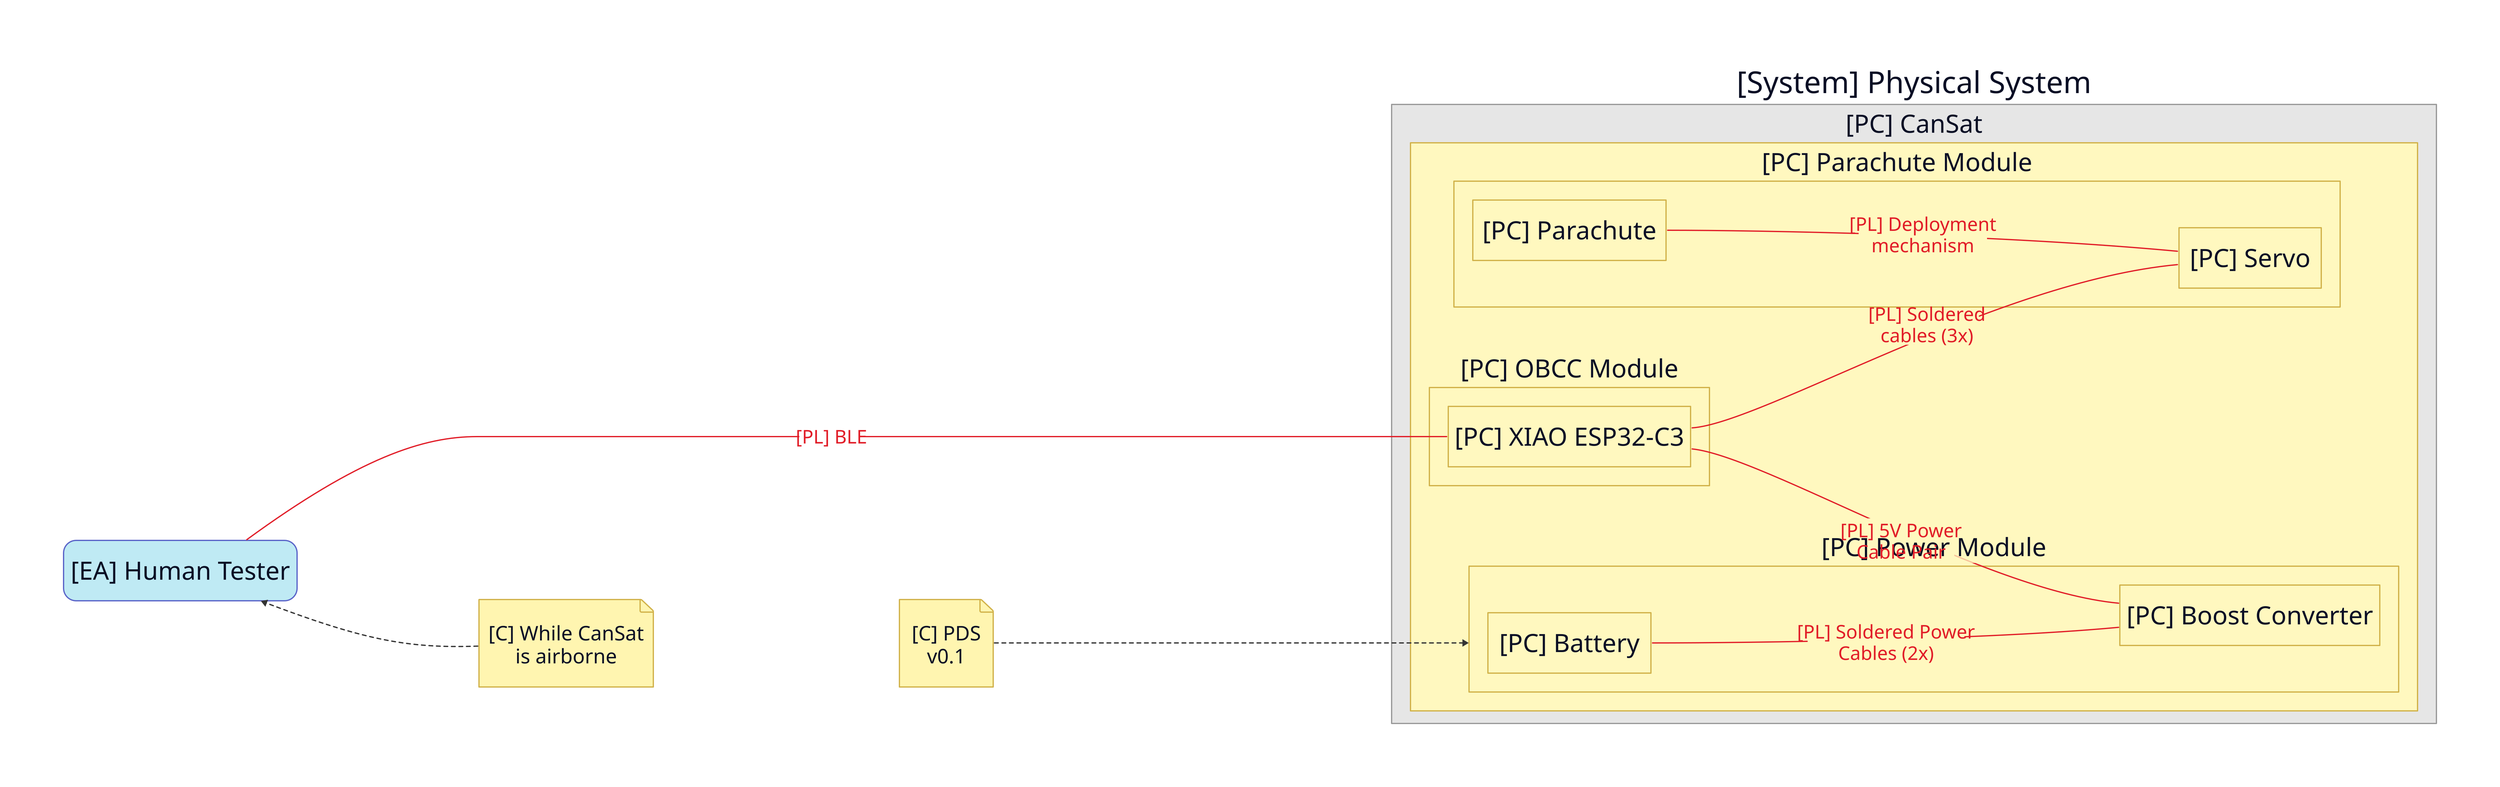
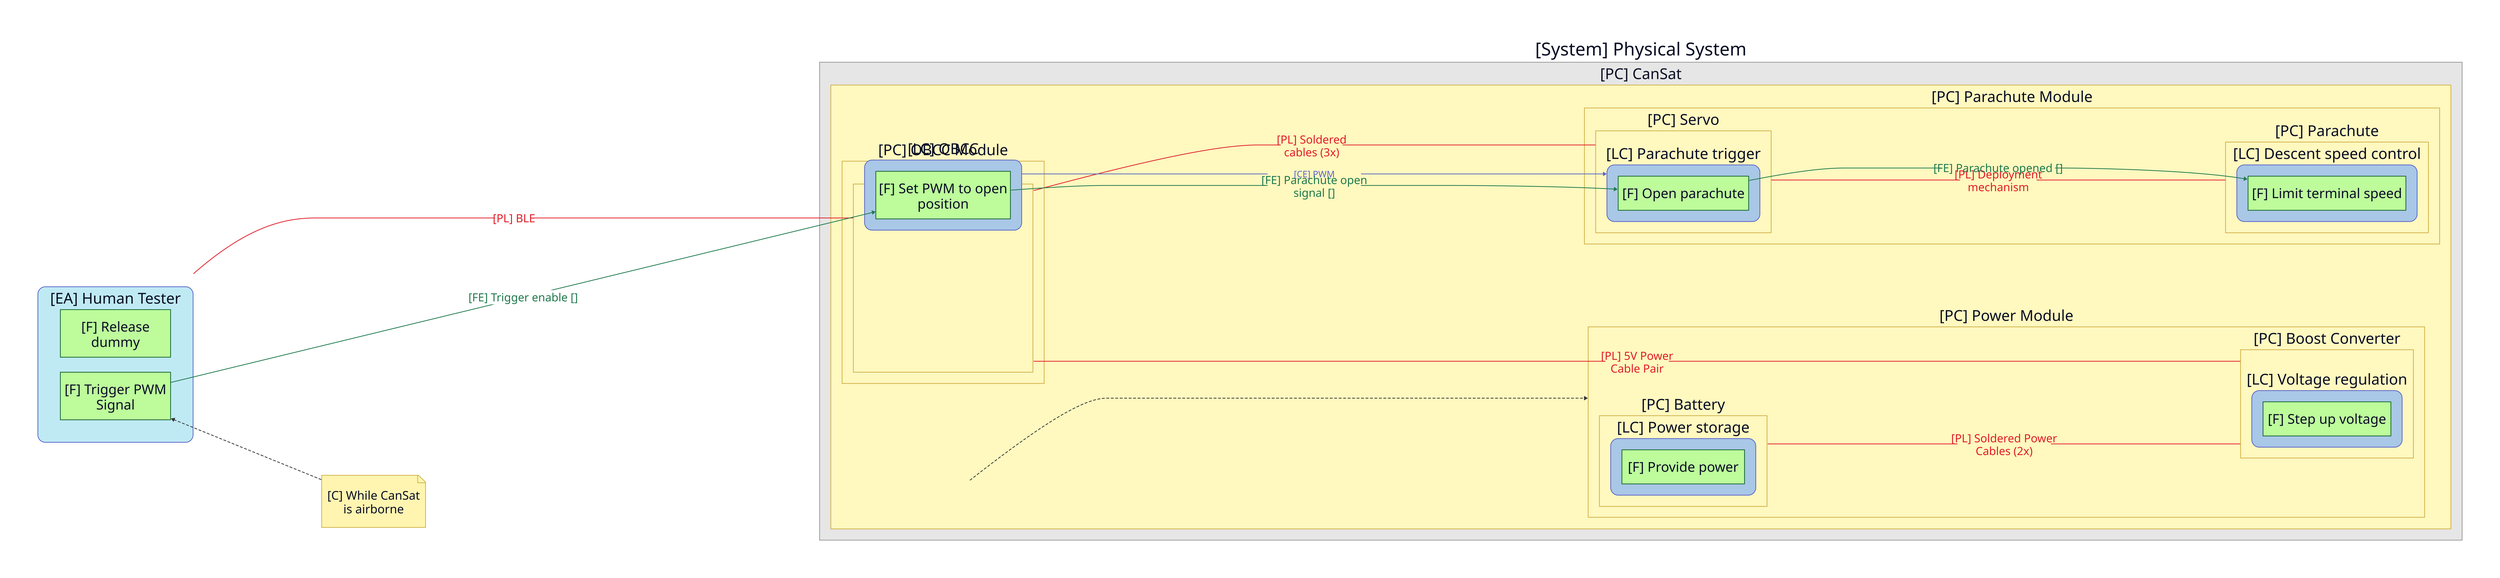
vars: {
  d2-config: {
    layout-engine: elk
  }
}

# Physical view reconstructed from PDM/PDM_v0.2_S.png.
# The source raster top-level visible container is [PC] CanSat; the D2 view adds
# the shared [System] Physical System boundary to stay consistent with current
# PDM v1.0 XML / MBSE conventions.
#
# Source/XML drift documented for review:
# - Raster labels the MCU as XIAO ESP32-C3; current PDM v1.0 XML labels the
#   equivalent component XIAO ESP32-S3. The historical C3 label is preserved.
# - Raster includes Power Module, Battery, Boost Converter, BLE, 5V power cable,
#   and soldered power cables; these are not present in current PDM v1.0 XML.
# - Current PDM v1.0 XML includes Cap, Backplane PCB, OBCC PCB, connectors, and
#   backplane physical links that are not visible in this v0.2 raster; they are
#   not added here.
- # - Raster also shows LC/F allocations and FE/CE-like labels (Descent speed
- #   control, Parachute trigger, OBCC, Power storage, Voltage regulation,
- #   Release dummy, Trigger PWM Signal, Limit terminal speed, Open parachute,
- #   Set PWM to open position, Provide power, Step up voltage, Trigger enable,
- #   PWM, Parachute opened, Parachute open signal). They are omitted from this
- #   physical view per the PDM MBSE physical-view convention.
+ # - Raster visibly overlays LC/F allocations and FE/CE labels on the physical
+ #   structure (Descent speed control, Parachute trigger, OBCC, Power storage,
+ #   Voltage regulation, Release dummy, Trigger PWM Signal, Limit terminal speed,
+ #   Open parachute, Set PWM to open position, Provide power, Step up voltage,
+ #   Trigger enable, PWM, Parachute opened, Parachute open signal). These are
+ #   preserved here because they are major visible content of the source export.
+ # - Historical raster labels such as "Parachute trigger", "Open parachute",
+ #   and "Set PWM to open position" are kept instead of normalizing to the
+ #   current XML's Trigger/open-servo-state names.
# - BLE is rendered as [PL] because it is drawn in the raster with the same red
#   physical-link styling as the cable links, although a wireless link to a
#   human tester is semantically borderline.
- # - The visible constraint notes target omitted/ambiguous content; see constraint
- #   links below for the chosen attachment points.
+ # - The visible constraint notes are preserved; the PDS v0.1 target near the
+ #   Power Module remains ambiguous, so its chosen attachment is documented below.
+ # - Layout order puts Servo before Parachute to keep the visible FE/CE labels
+ #   readable; the source raster places Parachute before Servo.
direction: right

classes: {
  func: {
    shape: rectangle
    style: { fill: "#BDFB9B"; stroke: "#166534"; stroke-width: 2; font-size: 36 }
  }
  lc: {
    style: {
      fill: "#A9C7E6"; stroke: "#5B65C9"; stroke-width: 2
      border-radius: 20; font-size: 40
    }
  }
  pc: {
    style: { fill: "#FFF8BF"; stroke: "#D1B24A"; stroke-width: 2; font-size: 40 }
  }
  sys: {
    style: { fill: "#E6E6E6"; stroke: "#9A9A9A"; stroke-width: 2; font-size: 48 }
  }
  ea: {
    shape: rectangle
    style: {
      fill: "#BFEAF4"; stroke: "#5B65C9"; stroke-width: 2
      border-radius: 20; font-size: 40
    }
  }
  note: { style: { fill: "#FFF5B0"; stroke: "#D1B24A"; font-size: 32 } }
  chain: {
    style: {
      fill: "#FFFFFF"; stroke: "#D1B24A"; stroke-width: 2
      border-radius: 20; font-size: 36
    }
  }
  fe:   { style: { stroke: "#1F7A4D"; font-color: "#1F7A4D"; stroke-width: 2; font-size: 30 } }
  ce:   { style: { stroke: "#5B65C9"; font-color: "#5B65C9"; stroke-width: 2; font-size: 30 } }
  pl:   { style: { stroke: "#E11D28"; font-color: "#E11D28"; stroke-width: 2; font-size: 30 } }
  cstr: { style: { stroke: "#333333"; stroke-dash: 3; font-size: 26 } }
}

- human_tester: "[EA] Human Tester" { class: ea }
+ human_tester: "[EA] Human Tester" {
+   class: ea
+   direction: down
+   grid-columns: 1
+ 
+   release_dummy: "[F] Release\ndummy" { class: func }
+   trigger_pwm_signal: "[F] Trigger PWM\nSignal" { class: func }
+ }

note_airborne: "[C] While CanSat\nis airborne" { class: note; shape: page }
note_pds_v0_1: "[C] PDS\nv0.1" { class: note; shape: page }

system: "[System] Physical System" {
  class: sys
  direction: down

  cansat: "[PC] CanSat" {
    class: pc
    direction: down

    parachute_module: "[PC] Parachute Module" {
      class: pc
      direction: right

-       parachute: "[PC] Parachute" { class: pc }
-       servo: "[PC] Servo" { class: pc }
+       servo: "[PC] Servo" {
+         class: pc
+         direction: down
+ 
+         parachute_trigger: "[LC] Parachute trigger" {
+           class: lc
+           direction: down
+ 
+           open_parachute: "[F] Open parachute" { class: func }
+         }
+       }
+ 
+       parachute: "[PC] Parachute" {
+         class: pc
+         direction: down
+ 
+         descent_speed_control: "[LC] Descent speed control" {
+           class: lc
+           direction: down
+ 
+           limit_terminal_speed: "[F] Limit terminal speed" { class: func }
+         }
+       }
    }

    obcc_module: "[PC] OBCC Module" {
      class: pc
      direction: down

-       xiao_esp32_c3: "[PC] XIAO ESP32-C3" { class: pc }
+       xiao_esp32_c3: "[PC] XIAO ESP32-C3" {
+         class: pc
+         direction: down
+ 
+         obcc: "[LC] OBCC" {
+           class: lc
+           direction: down
+ 
+           set_pwm_open_position: "[F] Set PWM to open\nposition" { class: func }
+         }
+       }
    }

    power_module: "[PC] Power Module" {
      class: pc
      direction: right

-       battery: "[PC] Battery" { class: pc }
-       boost_converter: "[PC] Boost Converter" { class: pc }
+       battery: "[PC] Battery" {
+         class: pc
+         direction: down
+ 
+         power_storage: "[LC] Power storage" {
+           class: lc
+           direction: down
+ 
+           provide_power: "[F] Provide power" { class: func }
+         }
+       }
+ 
+       boost_converter: "[PC] Boost Converter" {
+         class: pc
+         direction: down
+ 
+         voltage_regulation: "[LC] Voltage regulation" {
+           class: lc
+           direction: down
+ 
+           step_up_voltage: "[F] Step up voltage" { class: func }
+         }
+       }
    }
  }
}

human_tester -- system.cansat.obcc_module.xiao_esp32_c3: "[PL] BLE" { class: pl }

system.cansat.parachute_module.parachute -- system.cansat.parachute_module.servo: "[PL] Deployment\nmechanism" { class: pl }
system.cansat.obcc_module.xiao_esp32_c3 -- system.cansat.parachute_module.servo: "[PL] Soldered\ncables (3x)" { class: pl }
system.cansat.obcc_module.xiao_esp32_c3 -- system.cansat.power_module.boost_converter: "[PL] 5V Power\nCable Pair" { class: pl }
system.cansat.power_module.battery -- system.cansat.power_module.boost_converter: "[PL] Soldered Power\nCables (2x)" { class: pl }

- # The raster's airborne constraint points to the omitted "Trigger PWM Signal"
- # function inside Human Tester; attach it to the actor in this physical view.
- note_airborne -> human_tester { class: cstr }
+ human_tester.trigger_pwm_signal -> system.cansat.obcc_module.xiao_esp32_c3.obcc.set_pwm_open_position: "[FE] Trigger enable []" { class: fe }
+ system.cansat.obcc_module.xiao_esp32_c3.obcc.set_pwm_open_position -> system.cansat.parachute_module.servo.parachute_trigger.open_parachute: "[FE] Parachute open\nsignal []" { class: fe }
+ system.cansat.parachute_module.servo.parachute_trigger.open_parachute -> system.cansat.parachute_module.parachute.descent_speed_control.limit_terminal_speed: "[FE] Parachute opened []" { class: fe }
+ 
+ system.cansat.obcc_module.xiao_esp32_c3.obcc -> system.cansat.parachute_module.servo.parachute_trigger: "[CE] PWM" { class: ce; style: { font-size: 24 } }
+ 
+ # The raster's airborne constraint points to the Trigger PWM Signal function.
+ note_airborne -> human_tester.trigger_pwm_signal { class: cstr }

# The raster's PDS v0.1 note has a dashed arrow into the CanSat around the Power
# Module; attach it to Power Module, but the exact target is ambiguous.
note_pds_v0_1 -> system.cansat.power_module { class: cstr }

# Layout-only edges keep the external actor and visible notes in a compact
# left-to-right band outside the system. These carry no Capella semantics.
human_tester -> note_airborne { style: { opacity: 0 } }
note_airborne -> note_pds_v0_1 { style: { opacity: 0 } }
